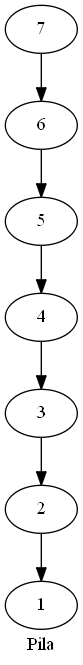
Above: Python/Pila.png in 200915305/Practica2s12017_200915305 (Graphviz), before the change. Its source is kept beside it as Python/Pila.dot. The source it was exported from:
```dot
digraph Pila{
label = "Pila"

	Node0[label = "7"];
	Node1[label = "6"];
	Node2[label = "5"];
	Node3[label = "4"];
	Node4[label = "3"];
	Node5[label = "2"];
	Node6[label = "1"];

	Node0 -> Node1;
	Node1 -> Node2;
	Node2 -> Node3;
	Node3 -> Node4;
	Node4 -> Node5;
	Node5 -> Node6;
}
```
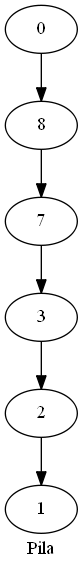
Later version of the same file.

Change to the diagram source:
```diff
@@ -1,18 +1,16 @@
 digraph Pila{
 label = "Pila"
 
-	Node0[label = "7"];
-	Node1[label = "6"];
-	Node2[label = "5"];
-	Node3[label = "4"];
-	Node4[label = "3"];
-	Node5[label = "2"];
-	Node6[label = "1"];
+	Node0[label = "0"];
+	Node1[label = "8"];
+	Node2[label = "7"];
+	Node3[label = "3"];
+	Node4[label = "2"];
+	Node5[label = "1"];
 
 	Node0 -> Node1;
 	Node1 -> Node2;
 	Node2 -> Node3;
 	Node3 -> Node4;
 	Node4 -> Node5;
-	Node5 -> Node6;
 }
```
